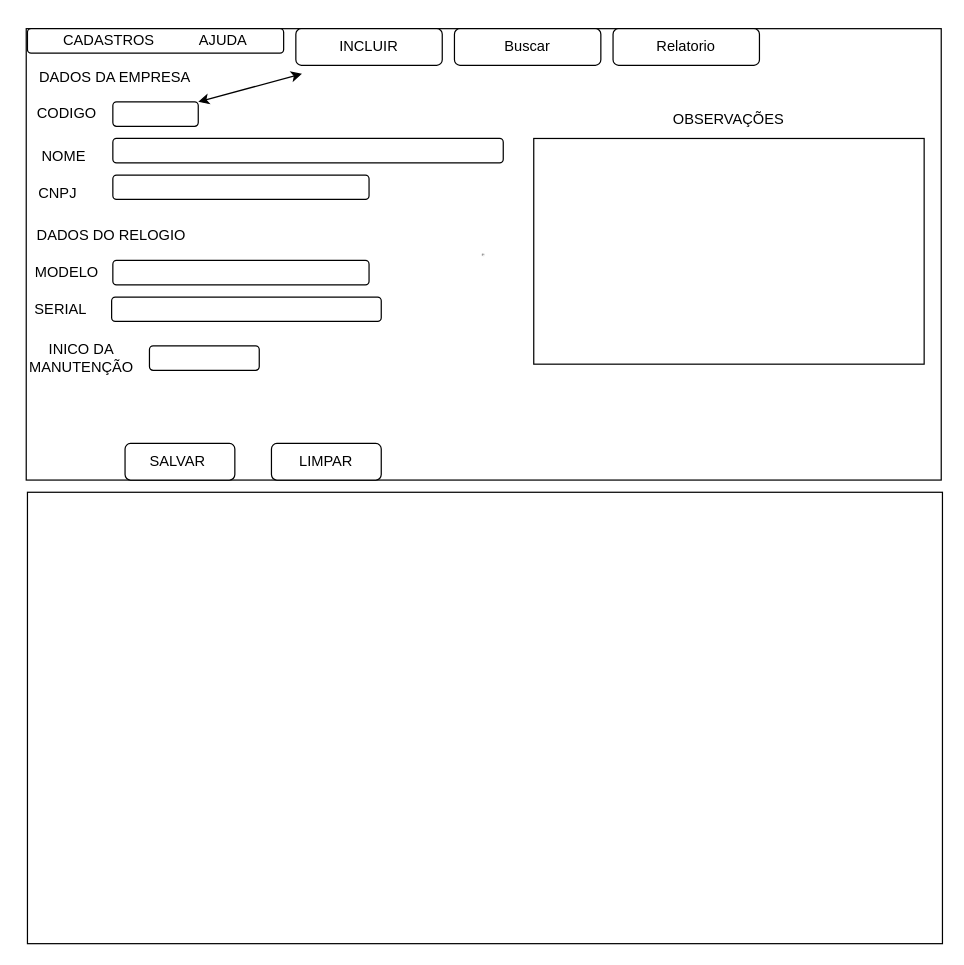
Before: Diagrama Cadastro.drawio in MatheusDls/software-de-cadastro, a draw.io diagram. Source tidied: cells renumbered, new cells numbered last; positions are measured from the earlier drawing's top-left corner, leaving out a move shared by most shapes. Both pictures are drawn from the tidied source at 122%, with x=0, y=0 at pixel (21, 28).
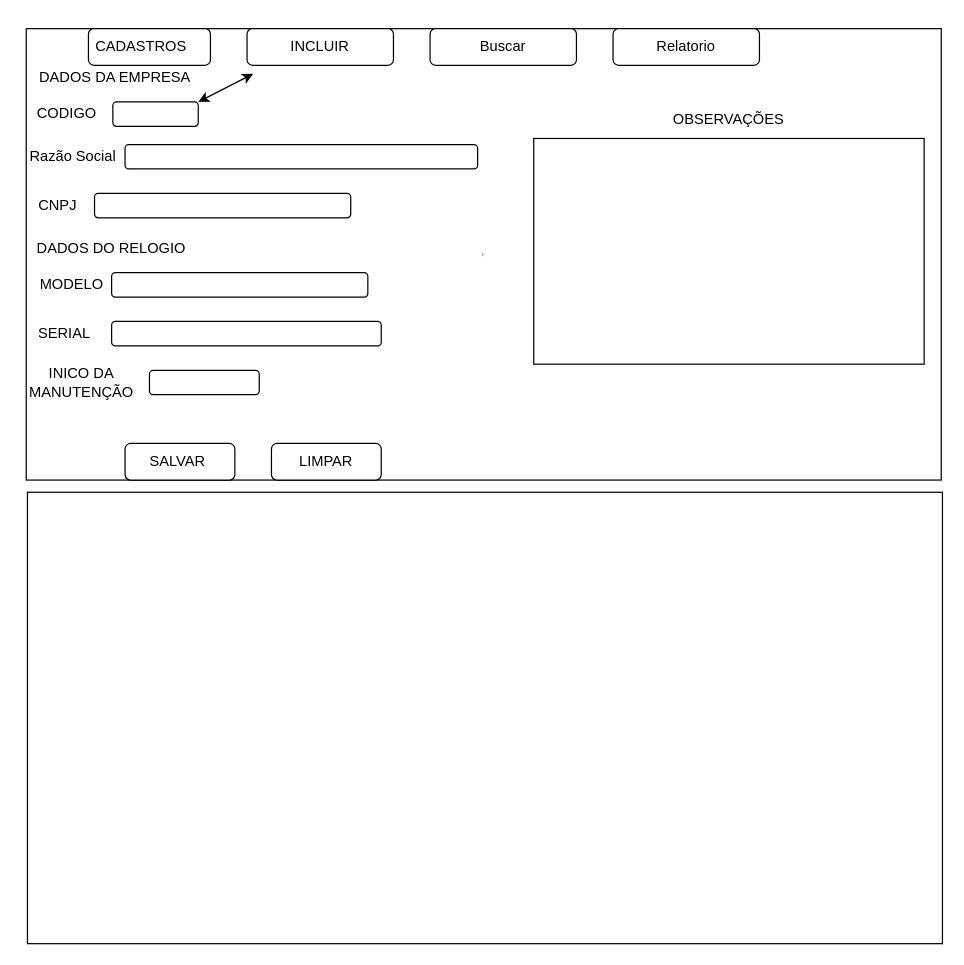
The same diagram, later.

Commit message:
delete pasta invalida e atualização do designer

What changed in the source:
```diff
@@
-    <mxCell id="4" value="CADASTROS&amp;nbsp; &amp;nbsp; &amp;nbsp; &amp;nbsp; &amp;nbsp; &amp;nbsp;AJUDA" style="rounded=1;whiteSpace=wrap;html=1;" parent="1" vertex="1">
-      <mxGeometry x="5" width="210" height="20" as="geometry" />
+    <mxCell id="4" value="&lt;br&gt;&amp;nbsp;CADASTROS&amp;nbsp; &amp;nbsp; &amp;nbsp; &amp;nbsp; &amp;nbsp;&amp;nbsp;" style="rounded=1;whiteSpace=wrap;html=1;" parent="1" vertex="1">
+      <mxGeometry x="55" width="100" height="30" as="geometry" />
     </mxCell>
     <mxCell id="5" value="INCLUIR" style="rounded=1;whiteSpace=wrap;html=1;" parent="1" vertex="1">
-      <mxGeometry x="225" width="120" height="30" as="geometry" />
+      <mxGeometry x="185" width="120" height="30" as="geometry" />
     </mxCell>
     <mxCell id="6" value="Buscar" style="rounded=1;whiteSpace=wrap;html=1;" parent="1" vertex="1">
-      <mxGeometry x="355" width="120" height="30" as="geometry" />
+      <mxGeometry x="335" width="120" height="30" as="geometry" />
     </mxCell>
@@
     <mxCell id="12" style="rounded=1;whiteSpace=wrap;html=1;" parent="1" vertex="1">
-      <mxGeometry x="75" y="90" width="320" height="20" as="geometry" />
+      <mxGeometry x="85" y="95" width="289" height="20" as="geometry" />
     </mxCell>
-    <mxCell id="13" value="NOME" style="text;html=1;strokeColor=none;fillColor=none;align=center;verticalAlign=middle;whiteSpace=wrap;rounded=0;" parent="1" vertex="1">
-      <mxGeometry y="90" width="70" height="30" as="geometry" />
+    <mxCell id="13" value="Razão Social" style="text;html=1;strokeColor=none;fillColor=none;align=center;verticalAlign=middle;whiteSpace=wrap;rounded=0;" parent="1" vertex="1">
+      <mxGeometry y="90" width="85" height="30" as="geometry" />
     </mxCell>
     <mxCell id="14" style="rounded=1;whiteSpace=wrap;html=1;" parent="1" vertex="1">
-      <mxGeometry x="75" y="120" width="210" height="20" as="geometry" />
+      <mxGeometry x="60" y="135" width="210" height="20" as="geometry" />
     </mxCell>
     <mxCell id="15" value="CNPJ" style="text;html=1;strokeColor=none;fillColor=none;align=center;verticalAlign=middle;whiteSpace=wrap;rounded=0;" parent="1" vertex="1">
-      <mxGeometry y="120" width="60" height="30" as="geometry" />
+      <mxGeometry y="130" width="60" height="30" as="geometry" />
     </mxCell>
     <mxCell id="16" value="DADOS DO RELOGIO" style="text;html=1;strokeColor=none;fillColor=none;align=center;verticalAlign=middle;whiteSpace=wrap;rounded=0;" parent="1" vertex="1">
-      <mxGeometry x="5" y="160" width="137.5" height="20" as="geometry" />
+      <mxGeometry x="5" y="170" width="137.5" height="20" as="geometry" />
     </mxCell>
     <mxCell id="17" value="MODELO" style="text;html=1;strokeColor=none;fillColor=none;align=center;verticalAlign=middle;whiteSpace=wrap;rounded=0;" parent="1" vertex="1">
-      <mxGeometry x="5" y="190" width="65" height="20" as="geometry" />
+      <mxGeometry x="9" y="200" width="65" height="20" as="geometry" />
     </mxCell>
     <mxCell id="18" value="SERIAL" style="text;html=1;strokeColor=none;fillColor=none;align=center;verticalAlign=middle;whiteSpace=wrap;rounded=0;" parent="1" vertex="1">
-      <mxGeometry y="220" width="65" height="20" as="geometry" />
+      <mxGeometry x="2.5" y="240" width="65" height="20" as="geometry" />
     </mxCell>
     <mxCell id="19" style="rounded=1;whiteSpace=wrap;html=1;" parent="1" vertex="1">
-      <mxGeometry x="75" y="190" width="210" height="20" as="geometry" />
+      <mxGeometry x="74" y="200" width="210" height="20" as="geometry" />
     </mxCell>
     <mxCell id="20" style="rounded=1;whiteSpace=wrap;html=1;" parent="1" vertex="1">
-      <mxGeometry x="74" y="220" width="221" height="20" as="geometry" />
+      <mxGeometry x="74" y="240" width="221" height="20" as="geometry" />
     </mxCell>
     <mxCell id="21" value="INICO DA MANUTENÇÃO" style="text;html=1;strokeColor=none;fillColor=none;align=center;verticalAlign=middle;whiteSpace=wrap;rounded=0;" parent="1" vertex="1">
-      <mxGeometry x="4" y="250" width="91" height="40" as="geometry" />
+      <mxGeometry x="4" y="270" width="91" height="40" as="geometry" />
     </mxCell>
     <mxCell id="22" style="rounded=1;whiteSpace=wrap;html=1;" parent="1" vertex="1">
-      <mxGeometry x="105" y="260" width="90" height="20" as="geometry" />
+      <mxGeometry x="105" y="280" width="90" height="20" as="geometry" />
     </mxCell>
```
